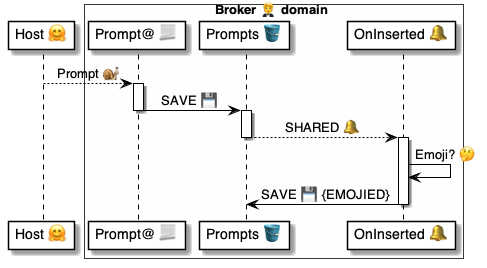
Above: 4 ⚙️ Solution/20 🧑‍🦰 UI/Brokers 🤵/🤵🪣 Broker tables/Prompts 🤔 table/🪣🔔 1 Inserted/🤵 OnPromptInserted ⚙️ uml.png in pollyweb-org/pollyweb-docs (PlantUML), before the change. Its source is kept beside it as 4 ⚙️ Solution/20 🧑‍🦰 UI/Brokers 🤵/🤵🪣 Broker tables/Prompts 🤔 table/🪣🔔 1 Inserted/🤵 OnPromptInserted ⚙️ uml.puml. Source of this version:
```plantuml
@startuml OnPromptInserted

participant "Host 🤗" as host

box Broker 🤵 domain #FFFFFA
    participant "Prompt@ 📃" as script
    participant "Prompts 🪣" as table
    participant "OnInserted 🔔" as handler
end box


host --> script: Prompt 🐌

activate script
    script -> table: SAVE 💾
deactivate script

activate table
    table --> handler: SHARED 🔔
deactivate table

activate handler
    handler -> handler: Emoji? 🤔
    handler -> table: SAVE 💾 {EMOJIED}
deactivate handler

@enduml
```
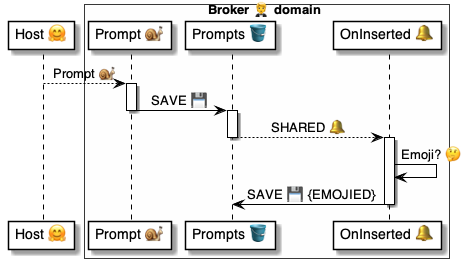
The same diagram one commit later.

The edit, as a diff of the source:
```diff
@@ -3,7 +3,7 @@
 participant "Host 🤗" as host
 
 box Broker 🤵 domain #FFFFFA
-    participant "Prompt@ 📃" as script
+    participant "Prompt 🐌" as script
     participant "Prompts 🪣" as table
     participant "OnInserted 🔔" as handler
 end box
```
